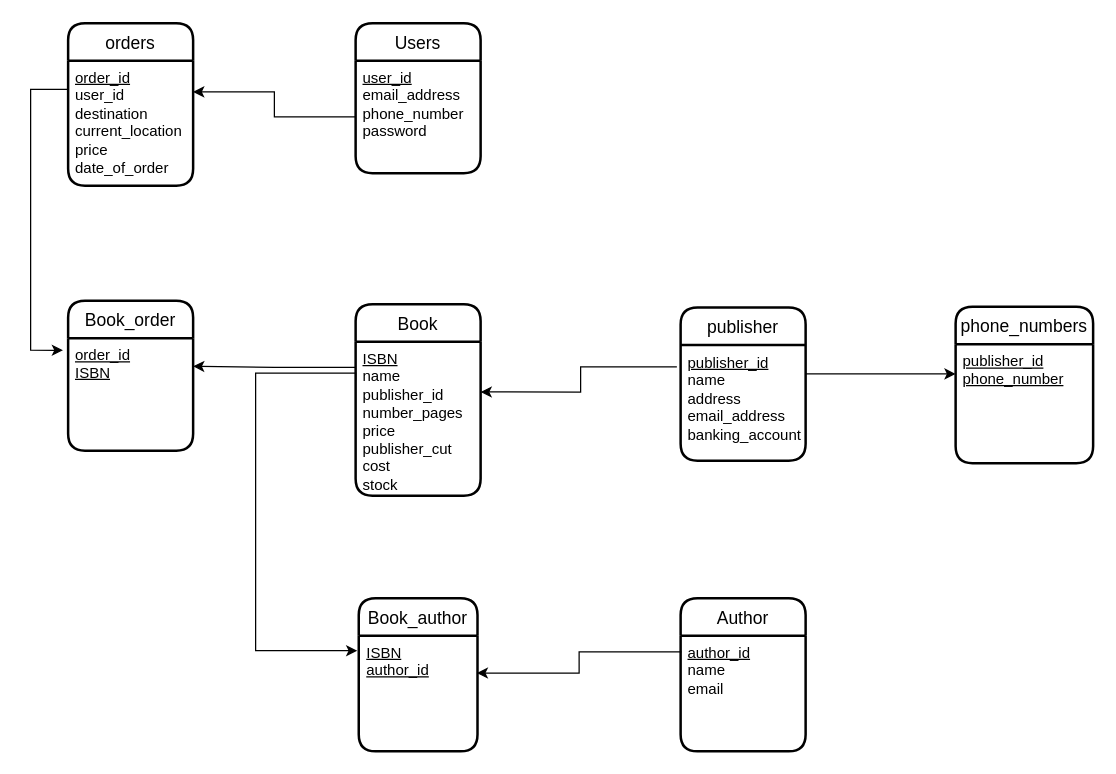
This is LookInnaBookDiagram.drawio from ianyau28/3005Lib, a draw.io file, before an edit. Source tidied: cells renumbered, new cells numbered last; positions are measured from the earlier drawing's top-left corner, leaving out a move shared by most shapes. Both pictures are drawn from the tidied source at 125%, with x=0, y=0 at pixel (30, 22).
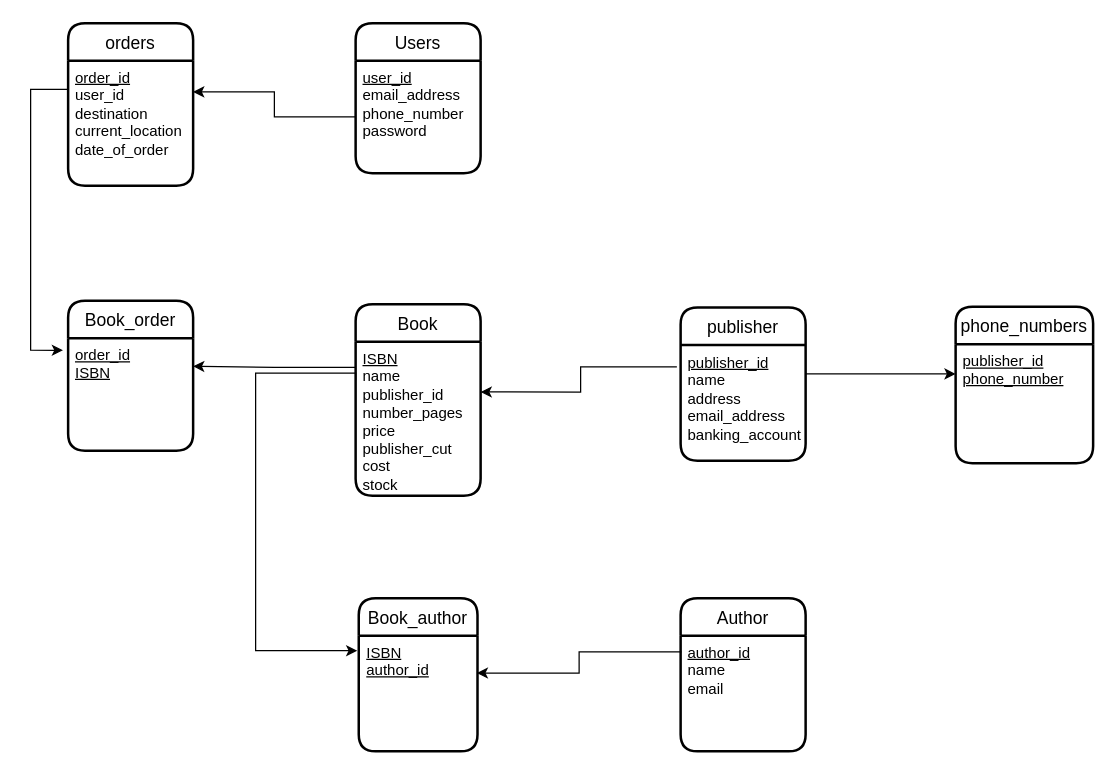
Above is the later version.

Unchanged cells that the change refers to:
```xml
<mxCell id="2" value="orders" style="swimlane;horizontal=1;startSize=30;rounded=1;fontSize=14;fontStyle=0;strokeWidth=2;shadow=0;dashed=0;align=center;" parent="1" vertex="1">
  <mxGeometry x="30" width="100" height="130" as="geometry" />
</mxCell>
```

What changed in the source:
```diff
@@
-    <mxCell id="3" value="&lt;u&gt;order_id&lt;/u&gt;&lt;br&gt;user_id&lt;br&gt;destination&lt;br&gt;current_location&lt;br&gt;price&lt;br&gt;date_of_order" style="align=left;strokeColor=none;fillColor=none;spacingLeft=4;fontSize=12;verticalAlign=top;fontStyle=0;html=1;" parent="2" vertex="1">
+    <mxCell id="3" value="&lt;u&gt;order_id&lt;/u&gt;&lt;br&gt;user_id&lt;br&gt;destination&lt;br&gt;current_location&lt;br&gt;date_of_order" style="align=left;strokeColor=none;fillColor=none;spacingLeft=4;fontSize=12;verticalAlign=top;fontStyle=0;html=1;" parent="2" vertex="1">
       <mxGeometry y="30" width="100" height="100" as="geometry" />
     </mxCell>
```
